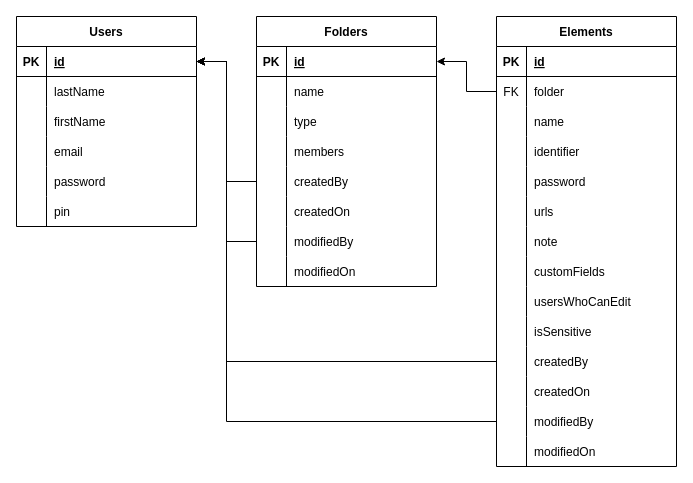
Before: scheme.drawio in baptistegeorget/supwarden, a draw.io diagram. Source tidied: cells renumbered, new cells numbered last; positions are measured from the earlier drawing's top-left corner, leaving out a move shared by most shapes. Both pictures are drawn from the tidied source at 100%, with x=0, y=0 at pixel (16, 16).
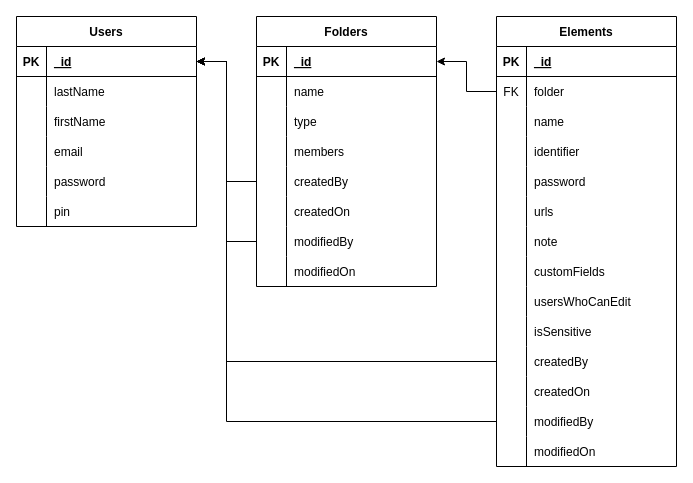
Above is the later version.

Commit message (it also covers changes not shown here):
Update sheme and types

Unchanged cells that the change refers to:
```xml
<mxCell id="3" style="shape=tableRow;horizontal=0;startSize=0;swimlaneHead=0;swimlaneBody=0;fillColor=none;points=[[0,0.5],[1,0.5]];portConstraint=eastwest;top=0;left=0;right=0;bottom=1;" parent="2" vertex="1">
  <mxGeometry y="30" width="180" height="30" as="geometry" />
</mxCell>
<mxCell id="22" style="shape=tableRow;horizontal=0;startSize=0;swimlaneHead=0;swimlaneBody=0;fillColor=none;points=[[0,0.5],[1,0.5]];portConstraint=eastwest;top=0;left=0;right=0;bottom=1;" parent="21" vertex="1">
  <mxGeometry y="30" width="180" height="30" as="geometry" />
</mxCell>
<mxCell id="47" style="shape=tableRow;horizontal=0;startSize=0;swimlaneHead=0;swimlaneBody=0;fillColor=none;top=0;left=0;right=0;bottom=1;" parent="46" vertex="1">
  <mxGeometry y="30" width="180" height="30" as="geometry" />
</mxCell>
```

Diff of the diagram source:
```diff
@@
-    <mxCell id="5" value="id" style="shape=partialRectangle;fillColor=none;top=0;left=0;bottom=0;right=0;align=left;spacingLeft=6;fontStyle=5;overflow=hidden;" parent="3" vertex="1">
+    <mxCell id="5" value="_id" style="shape=partialRectangle;fillColor=none;top=0;left=0;bottom=0;right=0;align=left;spacingLeft=6;fontStyle=5;overflow=hidden;" parent="3" vertex="1">
       <mxGeometry x="30" width="150" height="30" as="geometry" />
     </mxCell>
@@
-    <mxCell id="24" value="id" style="shape=partialRectangle;fillColor=none;top=0;left=0;bottom=0;right=0;align=left;spacingLeft=6;fontStyle=5;overflow=hidden;" parent="22" vertex="1">
+    <mxCell id="24" value="_id" style="shape=partialRectangle;fillColor=none;top=0;left=0;bottom=0;right=0;align=left;spacingLeft=6;fontStyle=5;overflow=hidden;" parent="22" vertex="1">
       <mxGeometry x="30" width="150" height="30" as="geometry" />
     </mxCell>
@@
-    <mxCell id="49" value="id" style="shape=partialRectangle;fillColor=none;top=0;left=0;bottom=0;right=0;align=left;spacingLeft=6;fontStyle=5;overflow=hidden;" parent="47" vertex="1">
+    <mxCell id="49" value="_id" style="shape=partialRectangle;fillColor=none;top=0;left=0;bottom=0;right=0;align=left;spacingLeft=6;fontStyle=5;overflow=hidden;" parent="47" vertex="1">
       <mxGeometry x="30" width="150" height="30" as="geometry" />
     </mxCell>
```
